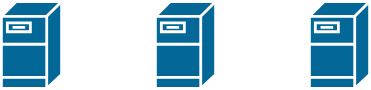
Above: diagram.svg in Vcampos12/Flow_Lyra (draw.io), before the change. Source tidied: cells renumbered, new cells last; positions are measured from the earlier drawing's top-left corner, leaving out a move shared by most shapes.
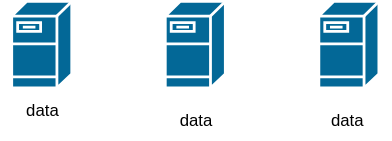
After the change.

What changed in the source:
```diff
@@ -11,5 +11,14 @@
     <mxCell id="4" style="strokeColor=#ffffff;sketch=0;html=1;dashed=0;fillColor=#036897;strokeWidth=2;verticalLabelPosition=bottom;verticalAlign=top;align=center;shape=mxgraph.cisco.servers.fileserver;" parent="1" vertex="1">
       <mxGeometry x="220" width="43" height="62" as="geometry" />
     </mxCell>
+    <mxCell id="5" value="data&lt;div&gt;&lt;br&gt;&lt;/div&gt;" style="text;html=1;whiteSpace=wrap;strokeColor=none;fillColor=none;align=center;verticalAlign=middle;rounded=0;" parent="1" vertex="1">
+      <mxGeometry x="-8.5" y="70" width="60" height="30" as="geometry" />
+    </mxCell>
+    <mxCell id="6" value="data" style="text;html=1;whiteSpace=wrap;strokeColor=none;fillColor=none;align=center;verticalAlign=middle;rounded=0;" parent="1" vertex="1">
+      <mxGeometry x="101.5" y="70" width="60" height="30" as="geometry" />
+    </mxCell>
+    <mxCell id="7" value="data&amp;nbsp;" style="text;html=1;whiteSpace=wrap;strokeColor=none;fillColor=none;align=center;verticalAlign=middle;rounded=0;" parent="1" vertex="1">
+      <mxGeometry x="211.5" y="70" width="60" height="30" as="geometry" />
+    </mxCell>
   </root>
 </mxGraphModel>
```
